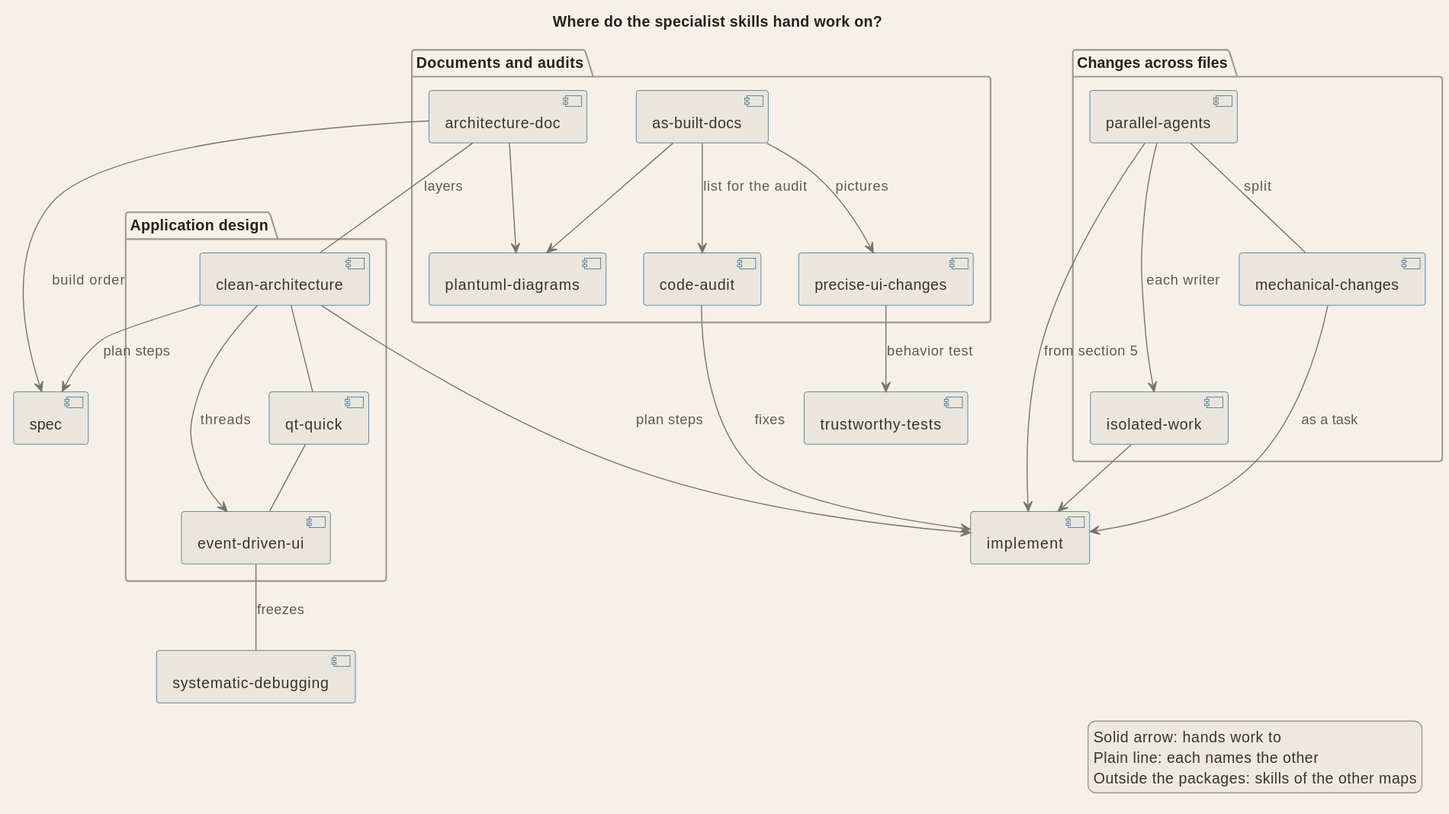
The PlantUML diagram docs/diagrams/arch_skills_specialist.svg in signorenne/dotagents, before a commit.
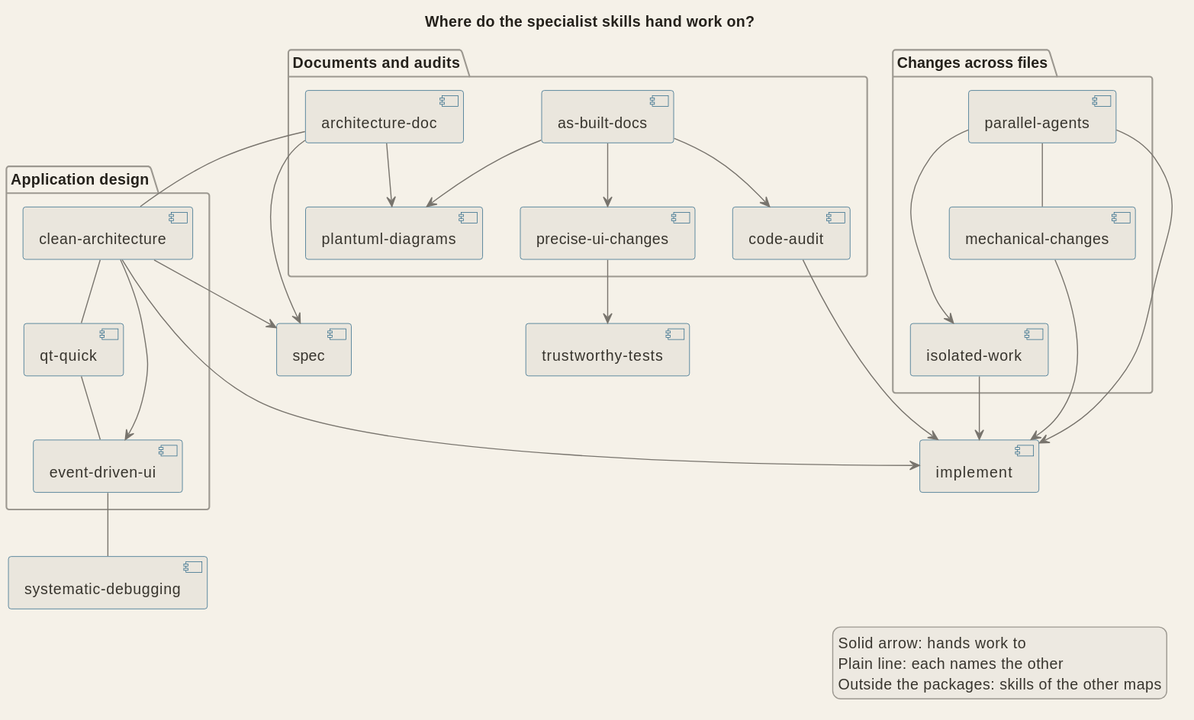
The same file after the commit.

Commit message:
docs(architecture): draw the specialist map without edge labels and list its edges in a table

What changed in the source:
```diff
@@ -29,26 +29,26 @@
 
 archdoc --> puml
 asbuilt --> puml
-asbuilt --> preciseui : pictures
-asbuilt --> audit : list for the audit
-archdoc --> spec : build order
-archdoc -- clean : layers
-audit --> implement : fixes
-preciseui --> tests : behavior test
+asbuilt --> preciseui
+asbuilt --> audit
+archdoc --> spec
+archdoc -- clean
+audit --> implement
+preciseui --> tests
 
-parallel -- mech : split
-mech --> implement : as a task
-parallel --> implement : from section 5
-parallel ---> isolated : each writer
+parallel -- mech
+mech --> implement
+parallel --> implement
+parallel ---> isolated
 isolated --> implement
 mech -[hidden]down- isolated
 
 clean -- qt
-clean --> events : threads
+clean --> events
 qt -- events
-events -- debug : freezes
-clean --> spec : plan steps
-clean ---> implement : plan steps
+events -- debug
+clean --> spec
+clean ---> implement
 
 legend right
   Solid arrow: hands work to
```
